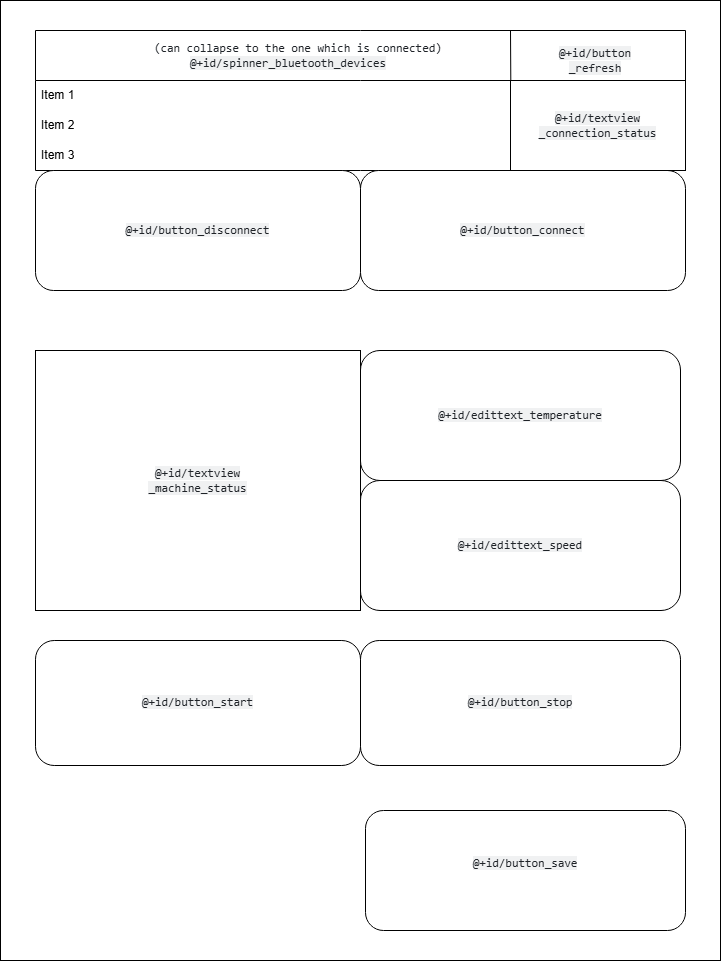
ShuoKuro/PET-Filament-Recycler keeps this draw.io diagram as 0.1/docs/AppLayout/activity_control.png. Above is the earlier version. Source tidied: cells renumbered, new cells last; positions are measured from the earlier drawing's top-left corner, leaving out a move shared by most shapes.
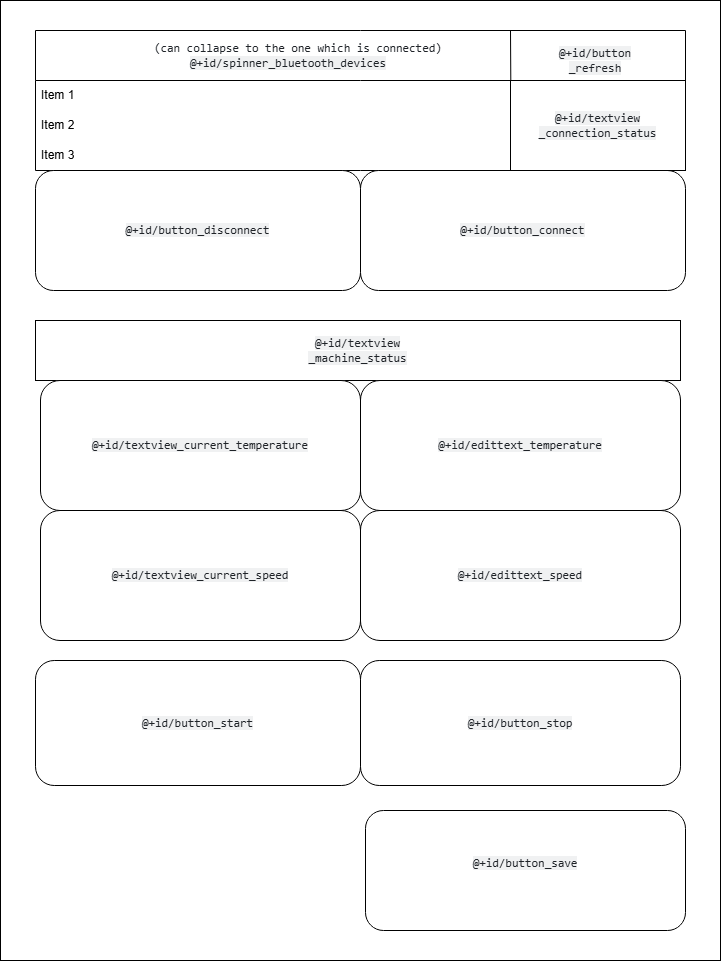
Later version of the same file.

The edit, as a diff of the source:
```diff
@@ -6,7 +6,7 @@
       <mxGeometry width="720" height="960" as="geometry" />
     </mxCell>
     <mxCell id="3" value="&lt;span style=&quot;color: rgb(31, 35, 40); font-family: &amp;quot;Monaspace Neon&amp;quot;, ui-monospace, SFMono-Regular, &amp;quot;SF Mono&amp;quot;, Menlo, Consolas, &amp;quot;Liberation Mono&amp;quot;, monospace; font-size: 11.9px; text-align: start; white-space-collapse: break-spaces; background-color: rgba(129, 139, 152, 0.12);&quot;&gt;@+id/textview&lt;/span&gt;&lt;div&gt;&lt;span style=&quot;color: rgb(31, 35, 40); font-family: &amp;quot;Monaspace Neon&amp;quot;, ui-monospace, SFMono-Regular, &amp;quot;SF Mono&amp;quot;, Menlo, Consolas, &amp;quot;Liberation Mono&amp;quot;, monospace; font-size: 11.9px; text-align: start; white-space-collapse: break-spaces; background-color: rgba(129, 139, 152, 0.12);&quot;&gt;_machine_status&lt;/span&gt;&lt;/div&gt;" style="whiteSpace=wrap;html=1;" parent="1" vertex="1">
-      <mxGeometry x="35" y="350" width="325" height="260" as="geometry" />
+      <mxGeometry x="35" y="320" width="645" height="60" as="geometry" />
     </mxCell>
     <mxCell id="4" value="&lt;span style=&quot;color: rgb(31, 35, 40); font-family: &amp;quot;Monaspace Neon&amp;quot;, ui-monospace, SFMono-Regular, &amp;quot;SF Mono&amp;quot;, Menlo, Consolas, &amp;quot;Liberation Mono&amp;quot;, monospace; font-size: 11.9px; text-align: start; white-space-collapse: break-spaces;&quot;&gt;(can collapse to the one which is connected)                   &lt;/span&gt;&lt;div&gt;&lt;div&gt;&lt;span style=&quot;color: rgb(31, 35, 40); font-family: &amp;quot;Monaspace Neon&amp;quot;, ui-monospace, SFMono-Regular, &amp;quot;SF Mono&amp;quot;, Menlo, Consolas, &amp;quot;Liberation Mono&amp;quot;, monospace; font-size: 11.9px; text-align: start; white-space-collapse: break-spaces; background-color: rgba(129, 139, 152, 0.12);&quot;&gt;@+id/spinner_bluetooth_devices&lt;/span&gt;&lt;span style=&quot;color: rgb(31, 35, 40); font-family: &amp;quot;Monaspace Neon&amp;quot;, ui-monospace, SFMono-Regular, &amp;quot;SF Mono&amp;quot;, Menlo, Consolas, &amp;quot;Liberation Mono&amp;quot;, monospace; font-size: 11.9px; text-align: start; white-space-collapse: break-spaces;&quot;&gt;                      &lt;/span&gt;&lt;/div&gt;&lt;/div&gt;" style="swimlane;fontStyle=0;horizontal=1;startSize=50;whiteSpace=wrap;html=1;" parent="1" vertex="1">
       <mxGeometry x="35" y="30" width="650" height="140" as="geometry" />
@@ -42,19 +42,25 @@
       <mxGeometry x="510" y="80" width="175" height="90" as="geometry" />
     </mxCell>
     <mxCell id="14" value="&lt;span style=&quot;color: rgb(31, 35, 40); font-family: &amp;quot;Monaspace Neon&amp;quot;, ui-monospace, SFMono-Regular, &amp;quot;SF Mono&amp;quot;, Menlo, Consolas, &amp;quot;Liberation Mono&amp;quot;, monospace; font-size: 11.9px; text-align: start; white-space-collapse: break-spaces; background-color: rgba(129, 139, 152, 0.12);&quot;&gt;@+id/button_start&lt;/span&gt;" style="rounded=1;whiteSpace=wrap;html=1;" parent="1" vertex="1">
-      <mxGeometry x="35" y="640" width="325" height="125" as="geometry" />
+      <mxGeometry x="35" y="660" width="325" height="125" as="geometry" />
     </mxCell>
     <mxCell id="15" value="&lt;span style=&quot;color: rgb(31, 35, 40); font-family: &amp;quot;Monaspace Neon&amp;quot;, ui-monospace, SFMono-Regular, &amp;quot;SF Mono&amp;quot;, Menlo, Consolas, &amp;quot;Liberation Mono&amp;quot;, monospace; font-size: 11.9px; text-align: start; white-space-collapse: break-spaces; background-color: rgba(129, 139, 152, 0.12);&quot;&gt;@+id/button_stop&lt;/span&gt;" style="rounded=1;whiteSpace=wrap;html=1;" parent="1" vertex="1">
-      <mxGeometry x="360" y="640" width="320" height="125" as="geometry" />
+      <mxGeometry x="360" y="660" width="320" height="125" as="geometry" />
     </mxCell>
     <mxCell id="16" value="&lt;span style=&quot;color: rgb(31, 35, 40); font-family: &amp;quot;Monaspace Neon&amp;quot;, ui-monospace, SFMono-Regular, &amp;quot;SF Mono&amp;quot;, Menlo, Consolas, &amp;quot;Liberation Mono&amp;quot;, monospace; font-size: 11.9px; text-align: start; white-space-collapse: break-spaces; background-color: rgba(129, 139, 152, 0.12);&quot;&gt;@+id/edittext_temperature&lt;/span&gt;" style="rounded=1;whiteSpace=wrap;html=1;" parent="1" vertex="1">
-      <mxGeometry x="360" y="350" width="320" height="130" as="geometry" />
+      <mxGeometry x="360" y="380" width="320" height="130" as="geometry" />
     </mxCell>
     <mxCell id="17" value="&lt;span style=&quot;color: rgb(31, 35, 40); font-family: &amp;quot;Monaspace Neon&amp;quot;, ui-monospace, SFMono-Regular, &amp;quot;SF Mono&amp;quot;, Menlo, Consolas, &amp;quot;Liberation Mono&amp;quot;, monospace; font-size: 11.9px; text-align: start; white-space-collapse: break-spaces; background-color: rgba(129, 139, 152, 0.12);&quot;&gt;@+id/edittext_speed&lt;/span&gt;" style="rounded=1;whiteSpace=wrap;html=1;" parent="1" vertex="1">
-      <mxGeometry x="360" y="480" width="320" height="130" as="geometry" />
+      <mxGeometry x="360" y="510" width="320" height="130" as="geometry" />
     </mxCell>
     <mxCell id="18" value="&#10;&lt;span style=&quot;color: rgb(31, 35, 40); font-family: &amp;quot;Monaspace Neon&amp;quot;, ui-monospace, SFMono-Regular, &amp;quot;SF Mono&amp;quot;, Menlo, Consolas, &amp;quot;Liberation Mono&amp;quot;, monospace; font-size: 11.9px; font-style: normal; font-variant-ligatures: normal; font-variant-caps: normal; font-weight: 400; letter-spacing: normal; orphans: 2; text-align: start; text-indent: 0px; text-transform: none; widows: 2; word-spacing: 0px; -webkit-text-stroke-width: 0px; white-space: break-spaces; background-color: rgba(129, 139, 152, 0.12); text-decoration-thickness: initial; text-decoration-style: initial; text-decoration-color: initial; display: inline !important; float: none;&quot;&gt;@+id/button_save&lt;/span&gt;&#10;&#10;" style="rounded=1;whiteSpace=wrap;html=1;" parent="1" vertex="1">
       <mxGeometry x="365" y="810" width="320" height="120" as="geometry" />
     </mxCell>
+    <mxCell id="19" value="&lt;span style=&quot;color: rgb(31, 35, 40); font-family: &amp;quot;Monaspace Neon&amp;quot;, ui-monospace, SFMono-Regular, &amp;quot;SF Mono&amp;quot;, Menlo, Consolas, &amp;quot;Liberation Mono&amp;quot;, monospace; font-size: 11.9px; text-align: start; white-space-collapse: break-spaces; background-color: rgba(129, 139, 152, 0.12);&quot;&gt;@+id/textview_current_temperature&lt;/span&gt;" style="rounded=1;whiteSpace=wrap;html=1;" parent="1" vertex="1">
+      <mxGeometry x="40" y="380" width="320" height="130" as="geometry" />
+    </mxCell>
+    <mxCell id="20" value="&lt;span style=&quot;color: rgb(31, 35, 40); font-family: &amp;quot;Monaspace Neon&amp;quot;, ui-monospace, SFMono-Regular, &amp;quot;SF Mono&amp;quot;, Menlo, Consolas, &amp;quot;Liberation Mono&amp;quot;, monospace; font-size: 11.9px; text-align: start; white-space-collapse: break-spaces; background-color: rgba(129, 139, 152, 0.12);&quot;&gt;@+id/textview_current_speed&lt;/span&gt;" style="rounded=1;whiteSpace=wrap;html=1;" parent="1" vertex="1">
+      <mxGeometry x="40" y="510" width="320" height="130" as="geometry" />
+    </mxCell>
   </root>
 </mxGraphModel>
```
